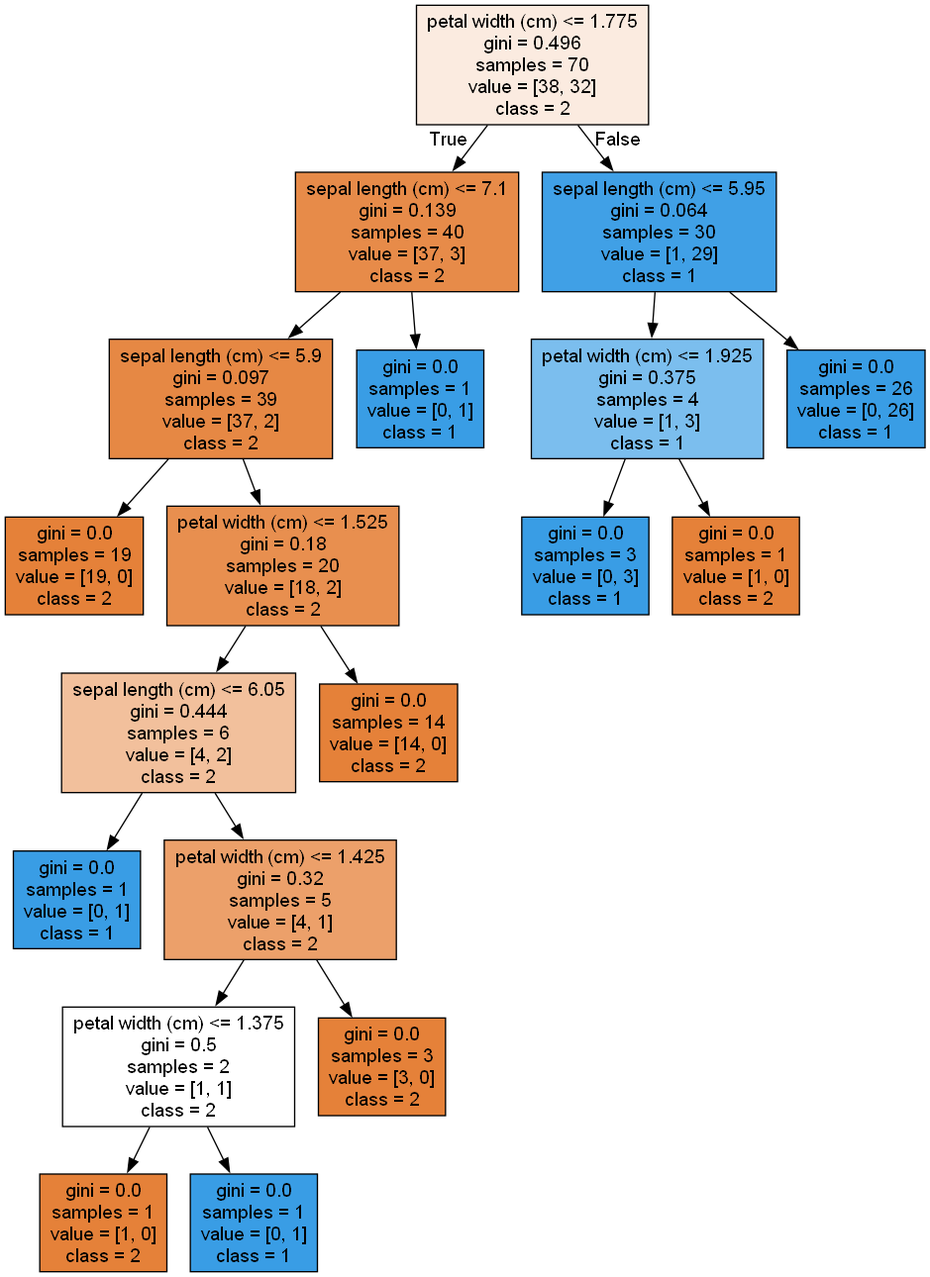
Earlier version of the Graphviz export 机器学习_Machine_Learning/Decision Tree_决策树/Iris_tree_default.png (Magicboy-Zhang/Social_Media). Its source is kept beside it as 机器学习_Machine_Learning/Decision Tree_决策树/Iris_tree_default.dot.
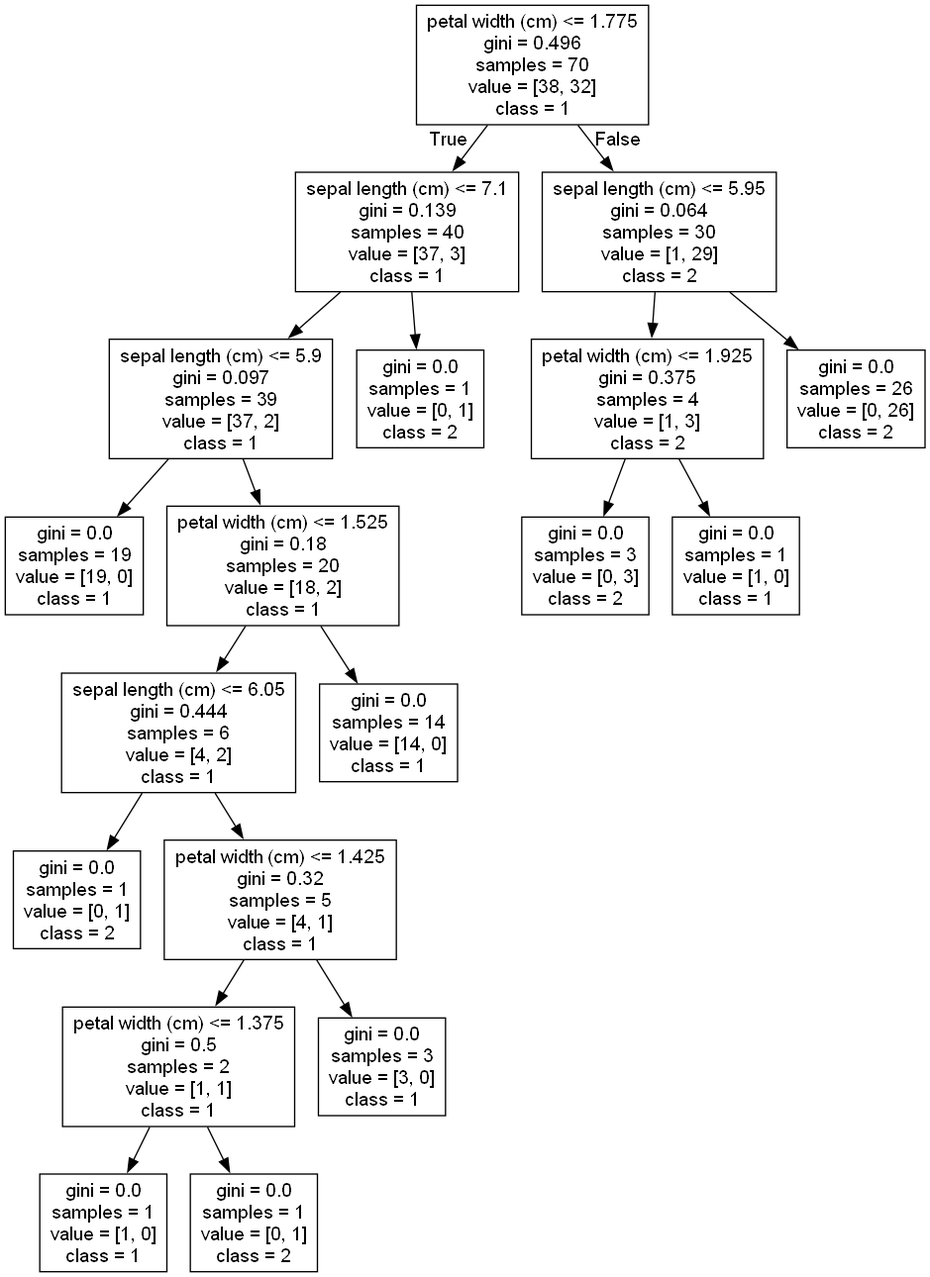
Later version of the same file.

The edit, as a diff of the source:
```diff
@@ -1,41 +1,41 @@
 digraph Tree {
-node [shape=box, style="filled", color="black", fontname="helvetica"] ;
+node [shape=box, fontname="helvetica"] ;
 edge [fontname="helvetica"] ;
-0 [label="petal width (cm) <= 1.775\ngini = 0.496\nsamples = 70\nvalue = [38, 32]\nclass = 2", fillcolor="#fbebe0"] ;
-1 [label="sepal length (cm) <= 7.1\ngini = 0.139\nsamples = 40\nvalue = [37, 3]\nclass = 2", fillcolor="#e78b49"] ;
+0 [label="petal width (cm) <= 1.775\ngini = 0.496\nsamples = 70\nvalue = [38, 32]\nclass = 1"] ;
+1 [label="sepal length (cm) <= 7.1\ngini = 0.139\nsamples = 40\nvalue = [37, 3]\nclass = 1"] ;
 0 -> 1 [labeldistance=2.5, labelangle=45, headlabel="True"] ;
-2 [label="sepal length (cm) <= 5.9\ngini = 0.097\nsamples = 39\nvalue = [37, 2]\nclass = 2", fillcolor="#e68844"] ;
+2 [label="sepal length (cm) <= 5.9\ngini = 0.097\nsamples = 39\nvalue = [37, 2]\nclass = 1"] ;
 1 -> 2 ;
-3 [label="gini = 0.0\nsamples = 19\nvalue = [19, 0]\nclass = 2", fillcolor="#e58139"] ;
+3 [label="gini = 0.0\nsamples = 19\nvalue = [19, 0]\nclass = 1"] ;
 2 -> 3 ;
-4 [label="petal width (cm) <= 1.525\ngini = 0.18\nsamples = 20\nvalue = [18, 2]\nclass = 2", fillcolor="#e88f4f"] ;
+4 [label="petal width (cm) <= 1.525\ngini = 0.18\nsamples = 20\nvalue = [18, 2]\nclass = 1"] ;
 2 -> 4 ;
-5 [label="petal width (cm) <= 1.475\ngini = 0.444\nsamples = 6\nvalue = [4, 2]\nclass = 2", fillcolor="#f2c09c"] ;
+5 [label="sepal length (cm) <= 6.05\ngini = 0.444\nsamples = 6\nvalue = [4, 2]\nclass = 1"] ;
 4 -> 5 ;
-6 [label="petal width (cm) <= 1.425\ngini = 0.32\nsamples = 5\nvalue = [4, 1]\nclass = 2", fillcolor="#eca06a"] ;
+6 [label="gini = 0.0\nsamples = 1\nvalue = [0, 1]\nclass = 2"] ;
 5 -> 6 ;
-7 [label="petal width (cm) <= 1.375\ngini = 0.5\nsamples = 2\nvalue = [1, 1]\nclass = 2", fillcolor="#ffffff"] ;
-6 -> 7 ;
-8 [label="gini = 0.0\nsamples = 1\nvalue = [1, 0]\nclass = 2", fillcolor="#e58139"] ;
+7 [label="petal width (cm) <= 1.425\ngini = 0.32\nsamples = 5\nvalue = [4, 1]\nclass = 1"] ;
+5 -> 7 ;
+8 [label="petal width (cm) <= 1.375\ngini = 0.5\nsamples = 2\nvalue = [1, 1]\nclass = 1"] ;
 7 -> 8 ;
-9 [label="gini = 0.0\nsamples = 1\nvalue = [0, 1]\nclass = 1", fillcolor="#399de5"] ;
-7 -> 9 ;
-10 [label="gini = 0.0\nsamples = 3\nvalue = [3, 0]\nclass = 2", fillcolor="#e58139"] ;
-6 -> 10 ;
-11 [label="gini = 0.0\nsamples = 1\nvalue = [0, 1]\nclass = 1", fillcolor="#399de5"] ;
-5 -> 11 ;
-12 [label="gini = 0.0\nsamples = 14\nvalue = [14, 0]\nclass = 2", fillcolor="#e58139"] ;
+9 [label="gini = 0.0\nsamples = 1\nvalue = [1, 0]\nclass = 1"] ;
+8 -> 9 ;
+10 [label="gini = 0.0\nsamples = 1\nvalue = [0, 1]\nclass = 2"] ;
+8 -> 10 ;
+11 [label="gini = 0.0\nsamples = 3\nvalue = [3, 0]\nclass = 1"] ;
+7 -> 11 ;
+12 [label="gini = 0.0\nsamples = 14\nvalue = [14, 0]\nclass = 1"] ;
 4 -> 12 ;
-13 [label="gini = 0.0\nsamples = 1\nvalue = [0, 1]\nclass = 1", fillcolor="#399de5"] ;
+13 [label="gini = 0.0\nsamples = 1\nvalue = [0, 1]\nclass = 2"] ;
 1 -> 13 ;
-14 [label="sepal length (cm) <= 5.95\ngini = 0.064\nsamples = 30\nvalue = [1, 29]\nclass = 1", fillcolor="#40a0e6"] ;
+14 [label="sepal length (cm) <= 5.95\ngini = 0.064\nsamples = 30\nvalue = [1, 29]\nclass = 2"] ;
 0 -> 14 [labeldistance=2.5, labelangle=-45, headlabel="False"] ;
-15 [label="petal width (cm) <= 1.925\ngini = 0.375\nsamples = 4\nvalue = [1, 3]\nclass = 1", fillcolor="#7bbeee"] ;
+15 [label="petal width (cm) <= 1.925\ngini = 0.375\nsamples = 4\nvalue = [1, 3]\nclass = 2"] ;
 14 -> 15 ;
-16 [label="gini = 0.0\nsamples = 3\nvalue = [0, 3]\nclass = 1", fillcolor="#399de5"] ;
+16 [label="gini = 0.0\nsamples = 3\nvalue = [0, 3]\nclass = 2"] ;
 15 -> 16 ;
-17 [label="gini = 0.0\nsamples = 1\nvalue = [1, 0]\nclass = 2", fillcolor="#e58139"] ;
+17 [label="gini = 0.0\nsamples = 1\nvalue = [1, 0]\nclass = 1"] ;
 15 -> 17 ;
-18 [label="gini = 0.0\nsamples = 26\nvalue = [0, 26]\nclass = 1", fillcolor="#399de5"] ;
+18 [label="gini = 0.0\nsamples = 26\nvalue = [0, 26]\nclass = 2"] ;
 14 -> 18 ;
 }
```
